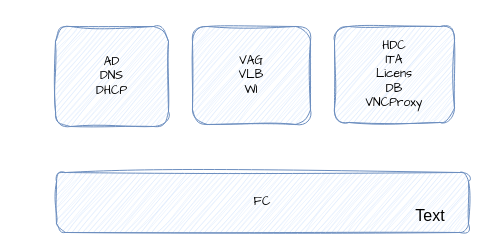
Above: 未命名绘图.drawio in zengshing/draw.io (draw.io), before the change. Source tidied: cells renumbered, new cells numbered last; positions are measured from the earlier drawing's top-left corner, leaving out a move shared by most shapes. Both pictures are drawn from the tidied source at 100%, with x=0, y=0 at pixel (55, 26).
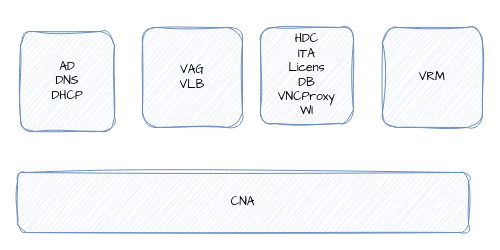
The same diagram, later.

Commit message:
更新未命名绘图.drawio

Diff of the diagram source:
```diff
@@
 <mxGraphModel>
   <root>
     <mxCell id="0" />
     <mxCell id="1" parent="0" />
-    <mxCell id="2" value="FC" style="rounded=1;whiteSpace=wrap;html=1;sketch=1;curveFitting=1;jiggle=2;fillColor=#dae8fc;strokeColor=#6c8ebf;fontFamily=Comic Sans MS;" parent="1" vertex="1">
-      <mxGeometry x="1" y="146" width="412" height="60" as="geometry" />
+    <mxCell id="2" value="CNA" style="rounded=1;whiteSpace=wrap;html=1;sketch=1;curveFitting=1;jiggle=2;fillColor=#dae8fc;strokeColor=#6c8ebf;fontFamily=Comic Sans MS;" parent="1" vertex="1">
+      <mxGeometry x="-38" y="146" width="451" height="60" as="geometry" />
     </mxCell>
     <mxCell id="3" value="AD&lt;div&gt;DNS&lt;/div&gt;&lt;div&gt;DHCP&lt;/div&gt;" style="rounded=1;whiteSpace=wrap;html=1;sketch=1;curveFitting=1;jiggle=2;fillColor=#dae8fc;strokeColor=#6c8ebf;fontFamily=Comic Sans MS;" parent="1" vertex="1">
-      <mxGeometry width="113" height="100" as="geometry" />
+      <mxGeometry x="-35" y="5" width="94" height="100" as="geometry" />
     </mxCell>
-    <mxCell id="4" value="VAG&lt;div&gt;VLB&lt;br&gt;WI&lt;/div&gt;" style="rounded=1;whiteSpace=wrap;html=1;sketch=1;curveFitting=1;jiggle=2;fillColor=#dae8fc;strokeColor=#6c8ebf;fontFamily=Comic Sans MS;" parent="1" vertex="1">
-      <mxGeometry x="137" width="118" height="98" as="geometry" />
+    <mxCell id="4" value="VAG&lt;div&gt;VLB&lt;br&gt;&lt;/div&gt;" style="rounded=1;whiteSpace=wrap;html=1;sketch=1;curveFitting=1;jiggle=2;fillColor=#dae8fc;strokeColor=#6c8ebf;fontFamily=Comic Sans MS;" parent="1" vertex="1">
+      <mxGeometry x="87" y="1" width="100" height="100" as="geometry" />
     </mxCell>
-    <mxCell id="5" value="HDC&lt;div&gt;ITA&lt;/div&gt;&lt;div&gt;Licens&lt;/div&gt;&lt;div&gt;DB&lt;/div&gt;&lt;div&gt;VNCProxy&lt;/div&gt;" style="rounded=1;whiteSpace=wrap;html=1;sketch=1;curveFitting=1;jiggle=2;fillColor=#dae8fc;strokeColor=#6c8ebf;fontFamily=Comic Sans MS;" parent="1" vertex="1">
-      <mxGeometry x="279" width="120" height="96" as="geometry" />
+    <mxCell id="5" value="HDC&lt;div&gt;ITA&lt;/div&gt;&lt;div&gt;Licens&lt;/div&gt;&lt;div&gt;DB&lt;/div&gt;&lt;div&gt;VNCProxy&lt;/div&gt;&lt;div&gt;WI&lt;br&gt;&lt;/div&gt;" style="rounded=1;whiteSpace=wrap;html=1;sketch=1;curveFitting=1;jiggle=2;fillColor=#dae8fc;strokeColor=#6c8ebf;fontFamily=Comic Sans MS;" parent="1" vertex="1">
+      <mxGeometry x="205" y="1" width="93" height="96" as="geometry" />
     </mxCell>
     <mxCell id="6" style="edgeStyle=none;curved=1;rounded=0;orthogonalLoop=1;jettySize=auto;html=1;exitX=0.75;exitY=0;exitDx=0;exitDy=0;fontSize=12;startSize=8;endSize=8;sketch=1;curveFitting=1;jiggle=2;fillColor=#dae8fc;strokeColor=#6c8ebf;fontFamily=Comic Sans MS;" parent="1" edge="1" source="5" target="5">
       <mxGeometry relative="1" as="geometry" />
     </mxCell>
-    <mxCell id="7" value="Text" style="text;strokeColor=none;fillColor=none;html=1;align=center;verticalAlign=middle;whiteSpace=wrap;rounded=0;fontSize=16;" parent="1" vertex="1">
-      <mxGeometry x="345" y="174" width="60" height="30" as="geometry" />
-    </mxCell>
+    <mxCell id="8" value="&lt;div&gt;VRM&lt;/div&gt;" style="rounded=1;whiteSpace=wrap;html=1;sketch=1;curveFitting=1;jiggle=2;fillColor=#dae8fc;strokeColor=#6c8ebf;fontFamily=Comic Sans MS;" parent="1" vertex="1">
+      <mxGeometry x="327" y="1" width="100" height="100" as="geometry" />
+    </mxCell>
   </root>
 </mxGraphModel>
```
